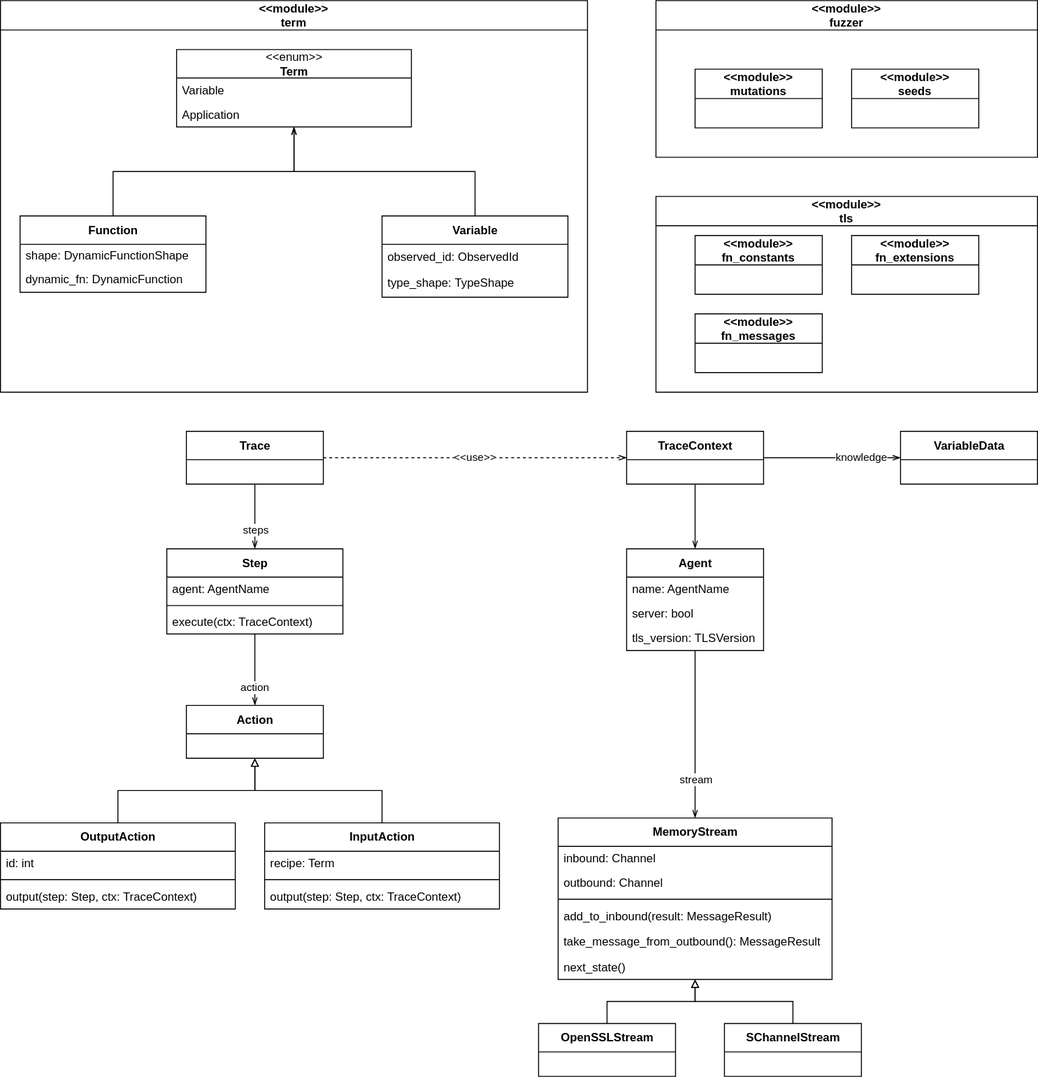
Before: content/posts/2021-06-01-fuzzer-design/class_diagram.drawio.svg, a diagram exported from draw.io (maxammann/blog). Source tidied: cells renumbered, new cells last; positions are measured from the earlier drawing's top-left corner, leaving out a move shared by most shapes.
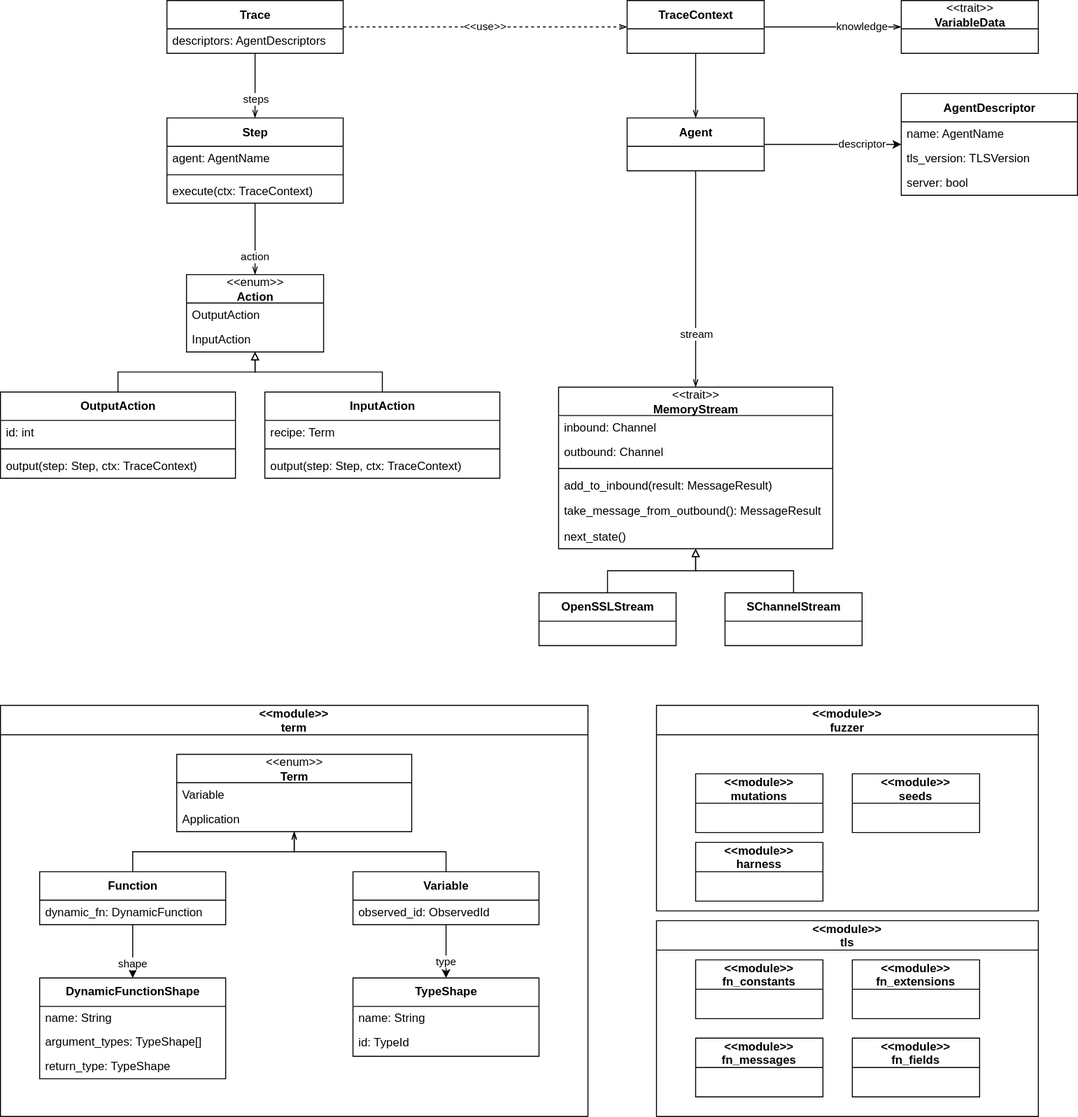
Later version of the same file.

What changed in the source:
```diff
@@ -3,18 +3,9 @@
     <mxCell id="0" />
     <mxCell id="1" parent="0" />
     <mxCell id="2" value="Agent" style="swimlane;fontStyle=1;align=center;verticalAlign=middle;horizontal=1;startSize=29;html=1;" parent="1" vertex="1">
-      <mxGeometry x="640" y="560" width="140" height="104" as="geometry" />
+      <mxGeometry x="640" y="560" width="140" height="54" as="geometry" />
     </mxCell>
-    <mxCell id="3" value="name: AgentName" style="text;html=1;strokeColor=none;fillColor=none;align=left;verticalAlign=middle;spacingLeft=4;spacingRight=4;overflow=hidden;" parent="2" vertex="1">
-      <mxGeometry y="29" width="140" height="25" as="geometry" />
-    </mxCell>
-    <mxCell id="4" value="server: bool" style="text;html=1;strokeColor=none;fillColor=none;align=left;verticalAlign=middle;spacingLeft=4;spacingRight=4;overflow=hidden;" parent="2" vertex="1">
-      <mxGeometry y="54" width="140" height="25" as="geometry" />
-    </mxCell>
-    <mxCell id="5" value="tls_version: TLSVersion" style="text;html=1;strokeColor=none;fillColor=none;align=left;verticalAlign=middle;spacingLeft=4;spacingRight=4;overflow=hidden;" parent="2" vertex="1">
-      <mxGeometry y="79" width="140" height="25" as="geometry" />
-    </mxCell>
-    <mxCell id="6" value="&lt;span style=&quot;text-align: left&quot;&gt;MemoryStream&lt;/span&gt;" style="swimlane;fontStyle=1;align=center;verticalAlign=middle;horizontal=1;startSize=29;html=1;" parent="1" vertex="1">
+    <mxCell id="6" value="&lt;span style=&quot;text-align: left&quot;&gt;&lt;span style=&quot;font-weight: normal&quot;&gt;&amp;lt;&amp;lt;trait&amp;gt;&amp;gt;&lt;/span&gt;&lt;br&gt;MemoryStream&lt;/span&gt;" style="swimlane;fontStyle=1;align=center;verticalAlign=middle;horizontal=1;startSize=29;html=1;" parent="1" vertex="1">
       <mxGeometry x="570" y="835" width="280" height="165" as="geometry" />
     </mxCell>
     <mxCell id="7" value="inbound: Channel" style="text;html=1;strokeColor=none;fillColor=none;align=left;verticalAlign=middle;spacingLeft=4;spacingRight=4;overflow=hidden;" parent="6" vertex="1">
@@ -58,9 +49,15 @@
     <mxCell id="19" value="execute(ctx: TraceContext)" style="text;html=1;strokeColor=none;fillColor=none;align=left;verticalAlign=middle;spacingLeft=4;spacingRight=4;overflow=hidden;" parent="16" vertex="1">
       <mxGeometry y="62" width="180" height="25" as="geometry" />
     </mxCell>
-    <mxCell id="20" value="Action" style="swimlane;fontStyle=1;align=center;verticalAlign=middle;horizontal=1;startSize=29;html=1;" parent="1" vertex="1">
-      <mxGeometry x="190" y="720" width="140" height="54" as="geometry" />
+    <mxCell id="20" value="&lt;span style=&quot;font-weight: normal&quot;&gt;&amp;lt;&amp;lt;enum&amp;gt;&amp;gt;&lt;/span&gt;&lt;br&gt;Action" style="swimlane;fontStyle=1;align=center;verticalAlign=middle;horizontal=1;startSize=29;html=1;" parent="1" vertex="1">
+      <mxGeometry x="190" y="720" width="140" height="79" as="geometry" />
     </mxCell>
+    <mxCell id="62" value="OutputAction" style="text;html=1;strokeColor=none;fillColor=none;align=left;verticalAlign=middle;spacingLeft=4;spacingRight=4;overflow=hidden;" parent="20" vertex="1">
+      <mxGeometry y="29" width="140" height="25" as="geometry" />
+    </mxCell>
+    <mxCell id="63" value="InputAction" style="text;html=1;strokeColor=none;fillColor=none;align=left;verticalAlign=middle;spacingLeft=4;spacingRight=4;overflow=hidden;" parent="20" vertex="1">
+      <mxGeometry y="54" width="140" height="25" as="geometry" />
+    </mxCell>
     <mxCell id="21" style="edgeStyle=orthogonalEdgeStyle;rounded=0;jettySize=auto;html=1;endArrow=block;endFill=0;" parent="1" edge="1" source="22" target="20">
       <mxGeometry relative="1" as="geometry" />
     </mxCell>
@@ -103,8 +100,11 @@
       <mxGeometry relative="1" as="geometry" />
     </mxCell>
     <mxCell id="34" value="Trace" style="swimlane;fontStyle=1;align=center;verticalAlign=middle;horizontal=1;startSize=29;html=1;" parent="1" vertex="1">
-      <mxGeometry x="190" y="440" width="140" height="54" as="geometry" />
+      <mxGeometry x="170" y="440" width="180" height="54" as="geometry" />
     </mxCell>
+    <mxCell id="64" value="descriptors: AgentDescriptors" style="text;html=1;strokeColor=none;fillColor=none;align=left;verticalAlign=middle;spacingLeft=4;spacingRight=4;overflow=hidden;" parent="34" vertex="1">
+      <mxGeometry y="29" width="180" height="25" as="geometry" />
+    </mxCell>
     <mxCell id="35" value="knowledge" style="edgeStyle=orthogonalEdgeStyle;rounded=0;jettySize=auto;html=1;endArrow=openThin;endFill=0;" parent="1" edge="1" source="37" target="38">
       <mxGeometry x="0.43" relative="1" as="geometry" />
     </mxCell>
@@ -114,7 +114,7 @@
     <mxCell id="37" value="TraceContext" style="swimlane;fontStyle=1;align=center;verticalAlign=middle;horizontal=1;startSize=29;html=1;" parent="1" vertex="1">
       <mxGeometry x="640" y="440" width="140" height="54" as="geometry" />
     </mxCell>
-    <mxCell id="38" value="VariableData" style="swimlane;fontStyle=1;align=center;verticalAlign=middle;horizontal=1;startSize=29;html=1;" parent="1" vertex="1">
+    <mxCell id="38" value="&lt;span style=&quot;font-weight: 400 ; text-align: left&quot;&gt;&amp;lt;&amp;lt;trait&amp;gt;&amp;gt;&lt;/span&gt;&lt;br&gt;VariableData" style="swimlane;fontStyle=1;align=center;verticalAlign=middle;horizontal=1;startSize=29;html=1;" parent="1" vertex="1">
       <mxGeometry x="920" y="440" width="140" height="54" as="geometry" />
     </mxCell>
     <mxCell id="39" value="&lt;span style=&quot;text-align: left&quot;&gt;&lt;b&gt;OpenSSLStream&lt;/b&gt;&lt;/span&gt;" style="swimlane;fontStyle=0;align=center;verticalAlign=middle;horizontal=1;startSize=29;html=1;" parent="1" vertex="1">
@@ -130,7 +130,7 @@
       <mxGeometry relative="1" as="geometry" />
     </mxCell>
     <mxCell id="43" value="&lt;&lt;module&gt;&gt;&#10;term" style="swimlane;fontStyle=1;startSize=30;" parent="1" vertex="1">
-      <mxGeometry width="600" height="400" as="geometry" />
+      <mxGeometry y="1160" width="600" height="420" as="geometry" />
     </mxCell>
     <mxCell id="44" value="&lt;span style=&quot;font-weight: normal&quot;&gt;&amp;lt;&amp;lt;enum&amp;gt;&amp;gt;&lt;/span&gt;&lt;br&gt;Term" style="swimlane;fontStyle=1;align=center;verticalAlign=middle;horizontal=1;startSize=29;html=1;" parent="43" vertex="1">
       <mxGeometry x="180" y="50" width="240" height="79" as="geometry" />
@@ -141,32 +141,63 @@
     <mxCell id="46" value="Application" style="text;html=1;strokeColor=none;fillColor=none;align=left;verticalAlign=middle;spacingLeft=4;spacingRight=4;overflow=hidden;" parent="44" vertex="1">
       <mxGeometry y="54" width="240" height="25" as="geometry" />
     </mxCell>
+    <mxCell id="65" value="shape" style="edgeStyle=orthogonalEdgeStyle;rounded=0;jettySize=auto;html=1;" parent="43" edge="1" source="47" target="67">
+      <mxGeometry x="0.47" relative="1" as="geometry">
+        <Array as="points">
+          <mxPoint x="135" y="270" />
+          <mxPoint x="135" y="270" />
+        </Array>
+      </mxGeometry>
+    </mxCell>
     <mxCell id="47" value="Function" style="swimlane;fontStyle=1;align=center;verticalAlign=middle;horizontal=1;startSize=29;html=1;" parent="43" vertex="1">
-      <mxGeometry x="20" y="220" width="190" height="78" as="geometry" />
+      <mxGeometry x="40" y="170" width="190" height="54" as="geometry" />
     </mxCell>
-    <mxCell id="48" value="shape: DynamicFunctionShape" style="text;html=1;strokeColor=none;fillColor=none;align=left;verticalAlign=middle;spacingLeft=4;spacingRight=4;overflow=hidden;" parent="47" vertex="1">
-      <mxGeometry y="29" width="190" height="24" as="geometry" />
-    </mxCell>
     <mxCell id="49" value="dynamic_fn: DynamicFunction" style="text;html=1;strokeColor=none;fillColor=none;align=left;verticalAlign=middle;spacingLeft=4;spacingRight=4;overflow=hidden;" parent="47" vertex="1">
-      <mxGeometry y="53" width="190" height="25" as="geometry" />
+      <mxGeometry y="29" width="190" height="25" as="geometry" />
     </mxCell>
+    <mxCell id="66" value="type" style="edgeStyle=orthogonalEdgeStyle;rounded=0;jettySize=auto;html=1;" parent="43" edge="1" source="50" target="71">
+      <mxGeometry x="0.39" relative="1" as="geometry">
+        <Array as="points">
+          <mxPoint x="455" y="260" />
+          <mxPoint x="455" y="260" />
+        </Array>
+      </mxGeometry>
+    </mxCell>
     <mxCell id="50" value="Variable" style="swimlane;fontStyle=1;align=center;verticalAlign=middle;horizontal=1;startSize=29;html=1;" parent="43" vertex="1">
-      <mxGeometry x="390" y="220" width="190" height="83" as="geometry" />
+      <mxGeometry x="360" y="170" width="190" height="54" as="geometry" />
     </mxCell>
     <mxCell id="51" value="observed_id:&amp;nbsp;ObservedId" style="text;html=1;strokeColor=none;fillColor=none;align=left;verticalAlign=middle;spacingLeft=4;spacingRight=4;overflow=hidden;" parent="50" vertex="1">
       <mxGeometry y="29" width="190" height="25" as="geometry" />
     </mxCell>
-    <mxCell id="52" value="type_shape:&amp;nbsp;TypeShape" style="text;html=1;strokeColor=none;fillColor=none;align=left;verticalAlign=middle;spacingLeft=4;spacingRight=4;overflow=hidden;" parent="50" vertex="1">
-      <mxGeometry y="54" width="190" height="29" as="geometry" />
-    </mxCell>
     <mxCell id="53" style="edgeStyle=orthogonalEdgeStyle;rounded=0;jettySize=auto;html=1;endArrow=openThin;endFill=0;" parent="43" edge="1" source="47" target="44">
       <mxGeometry x="0.43" relative="1" as="geometry" />
     </mxCell>
     <mxCell id="54" style="edgeStyle=orthogonalEdgeStyle;rounded=0;jettySize=auto;html=1;endArrow=openThin;endFill=0;" parent="43" edge="1" source="50" target="44">
       <mxGeometry x="0.43" relative="1" as="geometry" />
     </mxCell>
+    <mxCell id="67" value="&lt;span style=&quot;text-align: left&quot;&gt;DynamicFunctionShape&lt;/span&gt;" style="swimlane;fontStyle=1;align=center;verticalAlign=middle;horizontal=1;startSize=29;html=1;" parent="43" vertex="1">
+      <mxGeometry x="40" y="278.5" width="190" height="103" as="geometry" />
+    </mxCell>
+    <mxCell id="68" value="name: String" style="text;html=1;strokeColor=none;fillColor=none;align=left;verticalAlign=middle;spacingLeft=4;spacingRight=4;overflow=hidden;" parent="67" vertex="1">
+      <mxGeometry y="29" width="190" height="24" as="geometry" />
+    </mxCell>
+    <mxCell id="69" value="argument_types: TypeShape[]" style="text;html=1;strokeColor=none;fillColor=none;align=left;verticalAlign=middle;spacingLeft=4;spacingRight=4;overflow=hidden;" parent="67" vertex="1">
+      <mxGeometry y="53" width="190" height="25" as="geometry" />
+    </mxCell>
+    <mxCell id="70" value="return_type: TypeShape" style="text;html=1;strokeColor=none;fillColor=none;align=left;verticalAlign=middle;spacingLeft=4;spacingRight=4;overflow=hidden;" parent="67" vertex="1">
+      <mxGeometry y="78" width="190" height="25" as="geometry" />
+    </mxCell>
+    <mxCell id="71" value="&lt;span style=&quot;text-align: left&quot;&gt;TypeShape&lt;/span&gt;" style="swimlane;fontStyle=1;align=center;verticalAlign=middle;horizontal=1;startSize=29;html=1;" parent="43" vertex="1">
+      <mxGeometry x="360" y="278.5" width="190" height="80" as="geometry" />
+    </mxCell>
+    <mxCell id="72" value="name: String" style="text;html=1;strokeColor=none;fillColor=none;align=left;verticalAlign=middle;spacingLeft=4;spacingRight=4;overflow=hidden;" parent="71" vertex="1">
+      <mxGeometry y="29" width="190" height="24" as="geometry" />
+    </mxCell>
+    <mxCell id="73" value="id: TypeId" style="text;html=1;strokeColor=none;fillColor=none;align=left;verticalAlign=middle;spacingLeft=4;spacingRight=4;overflow=hidden;" parent="71" vertex="1">
+      <mxGeometry y="53" width="190" height="27" as="geometry" />
+    </mxCell>
     <mxCell id="55" value="&lt;&lt;module&gt;&gt;&#10;fuzzer" style="swimlane;fontStyle=1;startSize=30;" parent="1" vertex="1">
-      <mxGeometry x="670" width="390" height="160" as="geometry" />
+      <mxGeometry x="670" y="1160" width="390" height="210" as="geometry" />
     </mxCell>
     <mxCell id="56" value="&lt;&lt;module&gt;&gt;&#10;mutations" style="swimlane;fontStyle=1;startSize=30;" parent="55" vertex="1">
       <mxGeometry x="40" y="70" width="130" height="60" as="geometry" />
@@ -174,8 +205,11 @@
     <mxCell id="57" value="&lt;&lt;module&gt;&gt;&#10;seeds" style="swimlane;fontStyle=1;startSize=30;" parent="55" vertex="1">
       <mxGeometry x="200" y="70" width="130" height="60" as="geometry" />
     </mxCell>
+    <mxCell id="74" value="&lt;&lt;module&gt;&gt;&#10;harness" style="swimlane;fontStyle=1;startSize=30;" parent="55" vertex="1">
+      <mxGeometry x="40" y="140" width="130" height="60" as="geometry" />
+    </mxCell>
     <mxCell id="58" value="&lt;&lt;module&gt;&gt;&#10;tls" style="swimlane;fontStyle=1;startSize=30;" parent="1" vertex="1">
-      <mxGeometry x="670" y="200" width="390" height="200" as="geometry" />
+      <mxGeometry x="670" y="1380" width="390" height="200" as="geometry" />
     </mxCell>
     <mxCell id="59" value="&lt;&lt;module&gt;&gt;&#10;fn_constants" style="swimlane;fontStyle=1;startSize=30;" parent="58" vertex="1">
       <mxGeometry x="40" y="40" width="130" height="60" as="geometry" />
@@ -186,5 +220,23 @@
     <mxCell id="61" value="&lt;&lt;module&gt;&gt;&#10;fn_messages" style="swimlane;fontStyle=1;startSize=30;" parent="58" vertex="1">
       <mxGeometry x="40" y="120" width="130" height="60" as="geometry" />
     </mxCell>
+    <mxCell id="75" value="&lt;&lt;module&gt;&gt;&#10;fn_fields" style="swimlane;fontStyle=1;startSize=30;" parent="58" vertex="1">
+      <mxGeometry x="200" y="120" width="130" height="60" as="geometry" />
+    </mxCell>
+    <mxCell id="76" value="AgentDescriptor" style="swimlane;fontStyle=1;align=center;verticalAlign=middle;horizontal=1;startSize=29;html=1;" parent="1" vertex="1">
+      <mxGeometry x="920" y="535" width="180" height="104" as="geometry" />
+    </mxCell>
+    <mxCell id="3" value="name: AgentName" style="text;html=1;strokeColor=none;fillColor=none;align=left;verticalAlign=middle;spacingLeft=4;spacingRight=4;overflow=hidden;" parent="76" vertex="1">
+      <mxGeometry y="29" width="180" height="25" as="geometry" />
+    </mxCell>
+    <mxCell id="5" value="tls_version: TLSVersion" style="text;html=1;strokeColor=none;fillColor=none;align=left;verticalAlign=middle;spacingLeft=4;spacingRight=4;overflow=hidden;" parent="76" vertex="1">
+      <mxGeometry y="54" width="180" height="25" as="geometry" />
+    </mxCell>
+    <mxCell id="4" value="server: bool" style="text;html=1;strokeColor=none;fillColor=none;align=left;verticalAlign=middle;spacingLeft=4;spacingRight=4;overflow=hidden;" parent="76" vertex="1">
+      <mxGeometry y="79" width="180" height="25" as="geometry" />
+    </mxCell>
+    <mxCell id="77" value="descriptor" style="edgeStyle=orthogonalEdgeStyle;rounded=0;jettySize=auto;html=1;" parent="1" edge="1" source="2" target="76">
+      <mxGeometry x="0.43" relative="1" as="geometry" />
+    </mxCell>
   </root>
 </mxGraphModel>
```
